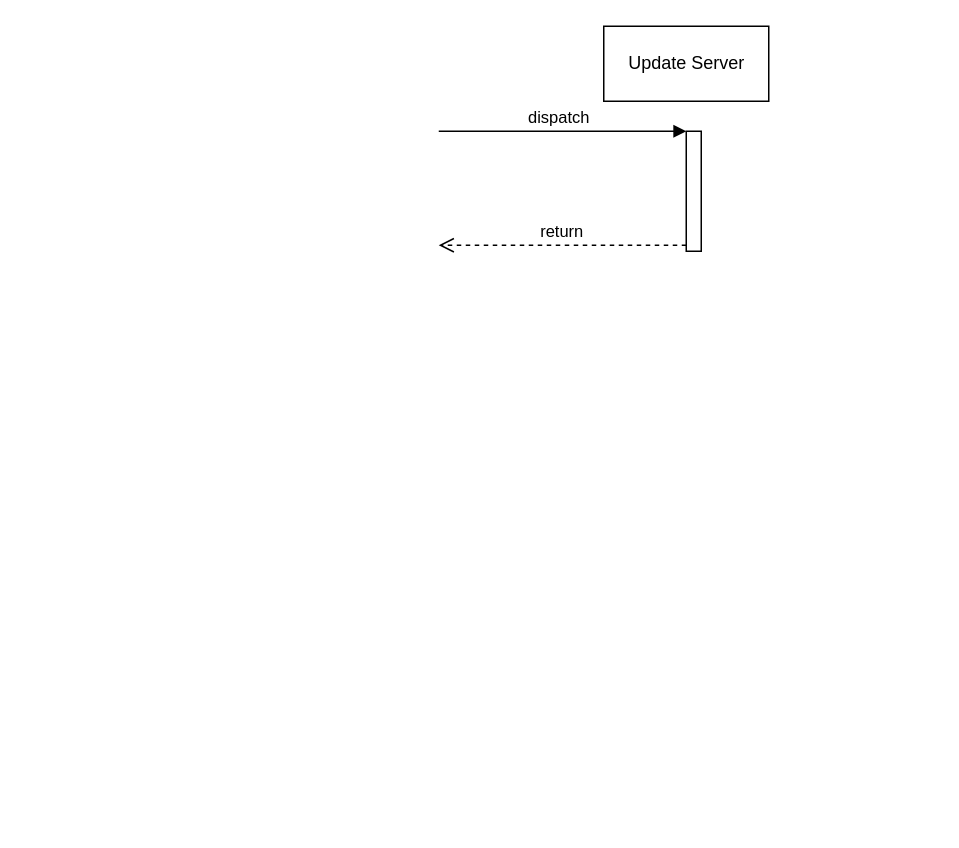
Earlier version of the draw.io diagram Design.drawio (twschum/gupper). Source tidied: cells renumbered, new cells numbered last; positions are measured from the earlier drawing's top-left corner, leaving out a move shared by most shapes. Both pictures are drawn from the tidied source at 150%, with x=0, y=0 at pixel (438, 26).
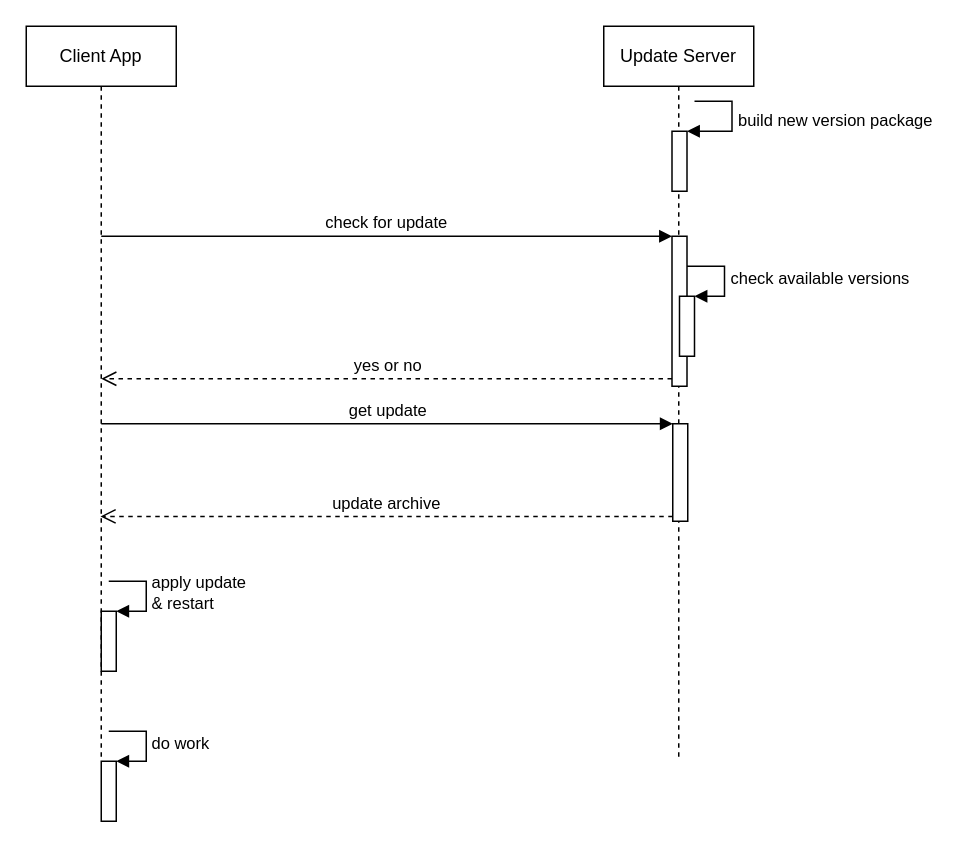
Above is the later version.

Change to the diagram source:
```diff
@@
-    <mxCell id="2" style="html=1;points=[];perimeter=orthogonalPerimeter;" parent="1" vertex="1">
-      <mxGeometry x="165" y="70" width="10" height="80" as="geometry" />
-    </mxCell>
-    <mxCell id="3" value="dispatch" style="verticalAlign=bottom;endArrow=block;entryX=0;entryY=0;html=1;" parent="1" edge="1" target="2">
-      <mxGeometry x="-0.03" relative="1" as="geometry">
-        <mxPoint y="70" as="sourcePoint" />
-      </mxGeometry>
-    </mxCell>
-    <mxCell id="4" value="return" style="html=1;verticalAlign=bottom;endArrow=open;dashed=1;endSize=8;exitX=0;exitY=0.95;" parent="1" edge="1" source="2">
-      <mxGeometry relative="1" as="geometry">
-        <mxPoint y="146" as="targetPoint" />
-      </mxGeometry>
-    </mxCell>
+    <mxCell id="6" value="Client App" style="shape=umlLifeline;perimeter=lifelinePerimeter;whiteSpace=wrap;html=1;outlineConnect=0;" parent="1" vertex="1">
+      <mxGeometry x="-275" width="100" height="490" as="geometry" />
+    </mxCell>
+    <mxCell id="7" style="html=1;points=[];perimeter=orthogonalPerimeter;" parent="6" vertex="1">
+      <mxGeometry x="50" y="390" width="10" height="40" as="geometry" />
+    </mxCell>
+    <mxCell id="8" value="apply update&lt;br&gt;&amp;amp; restart" style="edgeStyle=orthogonalEdgeStyle;html=1;align=left;spacingLeft=2;endArrow=block;rounded=0;entryX=1;entryY=0;" parent="6" edge="1" target="7">
+      <mxGeometry relative="1" as="geometry">
+        <mxPoint x="55" y="370" as="sourcePoint" />
+        <Array as="points">
+          <mxPoint x="80" y="370" />
+        </Array>
+      </mxGeometry>
+    </mxCell>
+    <mxCell id="9" style="html=1;points=[];perimeter=orthogonalPerimeter;" parent="6" vertex="1">
+      <mxGeometry x="50" y="490" width="10" height="40" as="geometry" />
+    </mxCell>
+    <mxCell id="10" value="do work" style="edgeStyle=orthogonalEdgeStyle;html=1;align=left;spacingLeft=2;endArrow=block;rounded=0;entryX=1;entryY=0;" parent="6" edge="1" target="9">
+      <mxGeometry relative="1" as="geometry">
+        <mxPoint x="55" y="470" as="sourcePoint" />
+        <Array as="points">
+          <mxPoint x="80" y="470" />
+        </Array>
+      </mxGeometry>
+    </mxCell>
-    <mxCell id="5" value="Update Server" style="html=1;" parent="1" vertex="1">
-      <mxGeometry x="110" width="110" height="50" as="geometry" />
+    <mxCell id="5" value="Update Server" style="shape=umlLifeline;perimeter=lifelinePerimeter;whiteSpace=wrap;html=1;" parent="1" vertex="1">
+      <mxGeometry x="110" width="100" height="490" as="geometry" />
     </mxCell>
+    <mxCell id="11" style="html=1;points=[];perimeter=orthogonalPerimeter;" parent="5" vertex="1">
+      <mxGeometry x="45.5" y="140" width="10" height="100" as="geometry" />
+    </mxCell>
+    <mxCell id="12" style="html=1;points=[];perimeter=orthogonalPerimeter;" parent="5" vertex="1">
+      <mxGeometry x="50.5" y="180" width="10" height="40" as="geometry" />
+    </mxCell>
+    <mxCell id="13" value="check available versions" style="edgeStyle=orthogonalEdgeStyle;html=1;align=left;spacingLeft=2;endArrow=block;rounded=0;entryX=1;entryY=0;" parent="5" edge="1" target="12">
+      <mxGeometry relative="1" as="geometry">
+        <mxPoint x="55.5" y="160" as="sourcePoint" />
+        <Array as="points">
+          <mxPoint x="80.5" y="160" />
+        </Array>
+      </mxGeometry>
+    </mxCell>
+    <mxCell id="14" style="html=1;points=[];perimeter=orthogonalPerimeter;" parent="5" vertex="1">
+      <mxGeometry x="46" y="265" width="10" height="65" as="geometry" />
+    </mxCell>
+    <mxCell id="15" value="check for update" style="html=1;verticalAlign=bottom;endArrow=block;entryX=0;entryY=0;" parent="1" edge="1" target="11">
+      <mxGeometry relative="1" as="geometry">
+        <mxPoint x="-225" y="140" as="sourcePoint" />
+      </mxGeometry>
+    </mxCell>
+    <mxCell id="16" value="yes or no" style="html=1;verticalAlign=bottom;endArrow=open;dashed=1;endSize=8;exitX=0;exitY=0.95;" parent="1" edge="1" source="11">
+      <mxGeometry relative="1" as="geometry">
+        <mxPoint x="-225" y="235" as="targetPoint" />
+      </mxGeometry>
+    </mxCell>
+    <mxCell id="17" value="build new version package" style="edgeStyle=orthogonalEdgeStyle;html=1;align=left;spacingLeft=2;endArrow=block;rounded=0;entryX=1;entryY=0;" parent="1" edge="1" target="20">
+      <mxGeometry relative="1" as="geometry">
+        <mxPoint x="170.5" y="50" as="sourcePoint" />
+        <Array as="points">
+          <mxPoint x="195.5" y="50" />
+        </Array>
+      </mxGeometry>
+    </mxCell>
+    <mxCell id="18" value="get update" style="html=1;verticalAlign=bottom;endArrow=block;entryX=0;entryY=0;" parent="1" edge="1" target="14">
+      <mxGeometry relative="1" as="geometry">
+        <mxPoint x="-225" y="265" as="sourcePoint" />
+      </mxGeometry>
+    </mxCell>
+    <mxCell id="19" value="update archive" style="html=1;verticalAlign=bottom;endArrow=open;dashed=1;endSize=8;exitX=0;exitY=0.95;" parent="1" edge="1" source="14" target="6">
+      <mxGeometry relative="1" as="geometry" />
+    </mxCell>
+    <mxCell id="20" style="html=1;points=[];perimeter=orthogonalPerimeter;" parent="1" vertex="1">
+      <mxGeometry x="155.5" y="70" width="10" height="40" as="geometry" />
+    </mxCell>
```
